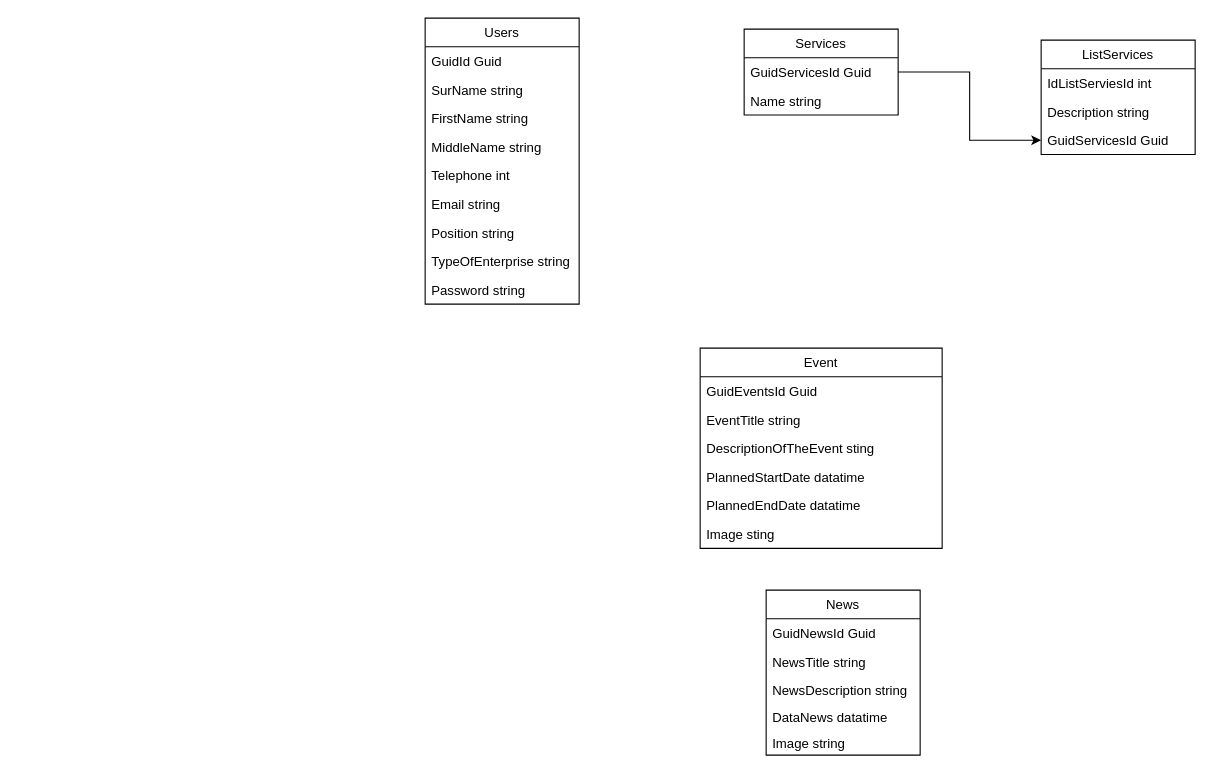
This is Required files/ExampleDatabase.drawio from OdinSoloMan/Diploma, a draw.io file, before an edit. Source tidied: cells renumbered, new cells numbered last; positions are measured from the earlier drawing's top-left corner, leaving out a move shared by most shapes. Both pictures are drawn from the tidied source at 110%, with x=0, y=0 at pixel (425, 18).
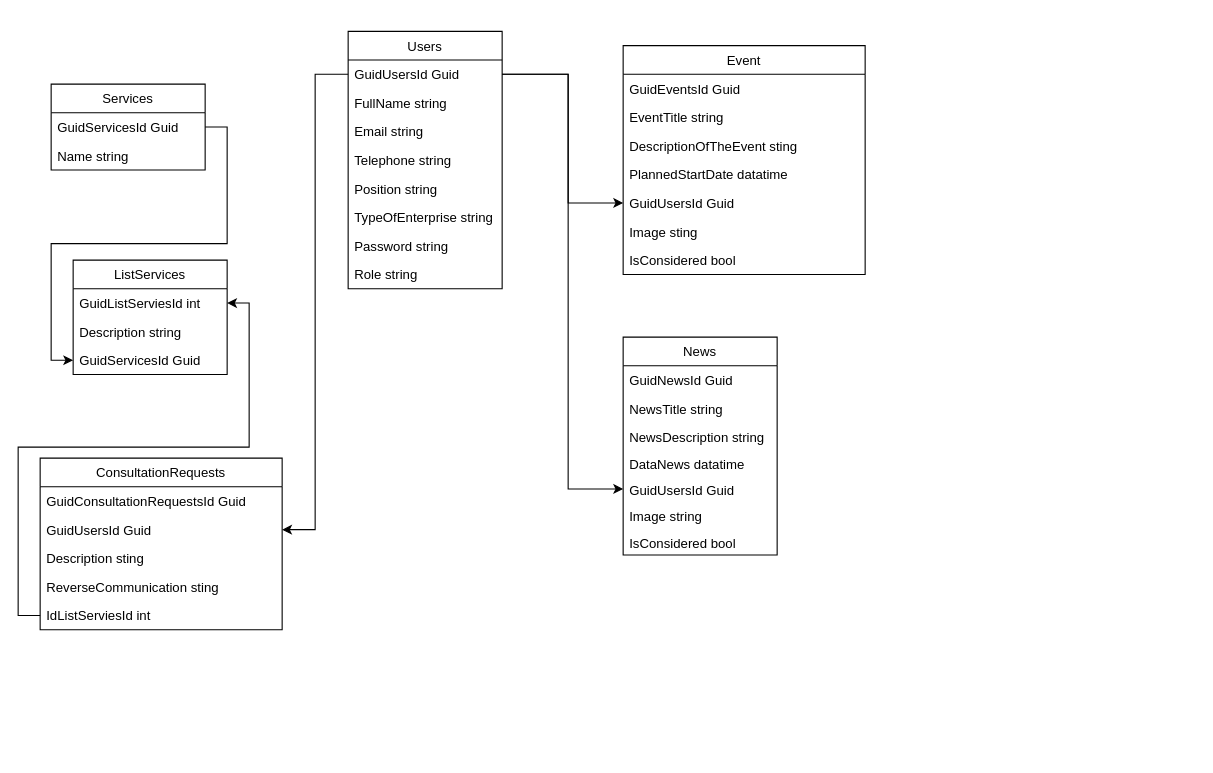
The same diagram, later.

Commit message:
Changed the database schema (Поменял схему бд)

Diff of the diagram source:
```diff
@@
     <mxCell id="2" value="Users" style="swimlane;fontStyle=0;horizontal=1;startSize=26;fillColor=none;" parent="1" vertex="1">
-      <mxGeometry width="140" height="260" as="geometry" />
+      <mxGeometry x="-70" y="12" width="140" height="234" as="geometry" />
     </mxCell>
-    <mxCell id="3" value="GuidId Guid" style="text;strokeColor=none;fillColor=none;align=left;verticalAlign=top;spacingLeft=4;spacingRight=4;overflow=hidden;" parent="2" vertex="1">
-      <mxGeometry y="26" width="140" height="26" as="geometry" />
-    </mxCell>
-    <mxCell id="4" value="SurName string&#10;" style="text;strokeColor=none;fillColor=none;align=left;verticalAlign=top;spacingLeft=4;spacingRight=4;overflow=hidden;" parent="2" vertex="1">
-      <mxGeometry y="52" width="140" height="26" as="geometry" />
-    </mxCell>
-    <mxCell id="5" value="FirstName string" style="text;strokeColor=none;fillColor=none;align=left;verticalAlign=top;spacingLeft=4;spacingRight=4;overflow=hidden;" parent="2" vertex="1">
-      <mxGeometry y="78" width="140" height="26" as="geometry" />
-    </mxCell>
-    <mxCell id="6" value="MiddleName string&#10;" style="text;strokeColor=none;fillColor=none;align=left;verticalAlign=top;spacingLeft=4;spacingRight=4;overflow=hidden;" parent="2" vertex="1">
-      <mxGeometry y="104" width="140" height="26" as="geometry" />
-    </mxCell>
-    <mxCell id="7" value="Telephone int&#10;" style="text;strokeColor=none;fillColor=none;align=left;verticalAlign=top;spacingLeft=4;spacingRight=4;overflow=hidden;" parent="2" vertex="1">
-      <mxGeometry y="130" width="140" height="26" as="geometry" />
-    </mxCell>
+    <mxCell id="33" value="GuidUsersId Guid" style="text;strokeColor=none;fillColor=none;align=left;verticalAlign=top;spacingLeft=4;spacingRight=4;overflow=hidden;points=[[0,0.5],[1,0.5]];portConstraint=eastwest;" parent="2" vertex="1">
+      <mxGeometry y="26" width="140" height="26" as="geometry" />
+    </mxCell>
+    <mxCell id="34" value="FullName string&#10;" style="text;strokeColor=none;fillColor=none;align=left;verticalAlign=top;spacingLeft=4;spacingRight=4;overflow=hidden;" parent="2" vertex="1">
+      <mxGeometry y="52" width="140" height="26" as="geometry" />
+    </mxCell>
     <mxCell id="8" value="Email string" style="text;strokeColor=none;fillColor=none;align=left;verticalAlign=top;spacingLeft=4;spacingRight=4;overflow=hidden;" parent="2" vertex="1">
-      <mxGeometry y="156" width="140" height="26" as="geometry" />
+      <mxGeometry y="78" width="140" height="26" as="geometry" />
     </mxCell>
+    <mxCell id="35" value="Telephone string" style="text;strokeColor=none;fillColor=none;align=left;verticalAlign=top;spacingLeft=4;spacingRight=4;overflow=hidden;" parent="2" vertex="1">
+      <mxGeometry y="104" width="140" height="26" as="geometry" />
+    </mxCell>
     <mxCell id="9" value="Position string" style="text;strokeColor=none;fillColor=none;align=left;verticalAlign=top;spacingLeft=4;spacingRight=4;overflow=hidden;" parent="2" vertex="1">
-      <mxGeometry y="182" width="140" height="26" as="geometry" />
+      <mxGeometry y="130" width="140" height="26" as="geometry" />
     </mxCell>
     <mxCell id="10" value="TypeOfEnterprise string" style="text;strokeColor=none;fillColor=none;align=left;verticalAlign=top;spacingLeft=4;spacingRight=4;overflow=hidden;" parent="2" vertex="1">
-      <mxGeometry y="208" width="140" height="26" as="geometry" />
+      <mxGeometry y="156" width="140" height="26" as="geometry" />
     </mxCell>
     <mxCell id="11" value="Password string" style="text;strokeColor=none;fillColor=none;align=left;verticalAlign=top;spacingLeft=4;spacingRight=4;overflow=hidden;" parent="2" vertex="1">
-      <mxGeometry y="234" width="140" height="26" as="geometry" />
+      <mxGeometry y="182" width="140" height="26" as="geometry" />
     </mxCell>
+    <mxCell id="36" value="Role string" style="text;strokeColor=none;fillColor=none;align=left;verticalAlign=top;spacingLeft=4;spacingRight=4;overflow=hidden;" parent="2" vertex="1">
+      <mxGeometry y="208" width="140" height="26" as="geometry" />
+    </mxCell>
     <mxCell id="12" value="Services" style="swimlane;fontStyle=0;horizontal=1;startSize=26;fillColor=none;" parent="1" vertex="1">
-      <mxGeometry x="290" y="10" width="140" height="78" as="geometry" />
+      <mxGeometry x="-340" y="60" width="140" height="78" as="geometry" />
     </mxCell>
@@
     <mxCell id="15" value="ListServices" style="swimlane;fontStyle=0;horizontal=1;startSize=26;fillColor=none;" parent="1" vertex="1">
-      <mxGeometry x="560" y="20" width="140" height="104" as="geometry" />
+      <mxGeometry x="-320" y="220" width="140" height="104" as="geometry" />
     </mxCell>
-    <mxCell id="16" value="IdListServiesId int" style="text;strokeColor=none;fillColor=none;align=left;verticalAlign=top;spacingLeft=4;spacingRight=4;overflow=hidden;points=[[0,0.5],[1,0.5]];portConstraint=eastwest;" parent="15" vertex="1">
-      <mxGeometry y="26" width="140" height="26" as="geometry" />
-    </mxCell>
+    <mxCell id="37" value="GuidListServiesId int" style="text;strokeColor=none;fillColor=none;align=left;verticalAlign=top;spacingLeft=4;spacingRight=4;overflow=hidden;points=[[0,0.5],[1,0.5]];portConstraint=eastwest;" parent="15" vertex="1">
+      <mxGeometry y="26" width="140" height="26" as="geometry" />
+    </mxCell>
@@
     <mxCell id="20" value="Event" style="swimlane;fontStyle=0;horizontal=1;startSize=26;fillColor=none;" parent="1" vertex="1">
-      <mxGeometry x="250" y="300" width="220" height="182" as="geometry" />
+      <mxGeometry x="180" y="25" width="220" height="208" as="geometry" />
     </mxCell>
@@
-    <mxCell id="25" value="PlannedEndDate datatime" style="text;strokeColor=none;fillColor=none;align=left;verticalAlign=top;spacingLeft=4;spacingRight=4;overflow=hidden;" parent="20" vertex="1">
-      <mxGeometry y="130" width="220" height="26" as="geometry" />
-    </mxCell>
+    <mxCell id="38" value="GuidUsersId Guid" style="text;strokeColor=none;fillColor=none;align=left;verticalAlign=top;spacingLeft=4;spacingRight=4;overflow=hidden;points=[[0,0.5],[1,0.5]];portConstraint=eastwest;" parent="20" vertex="1">
+      <mxGeometry y="130" width="220" height="26" as="geometry" />
+    </mxCell>
@@
+    <mxCell id="39" value="IsConsidered bool" style="text;strokeColor=none;fillColor=none;align=left;verticalAlign=top;spacingLeft=4;spacingRight=4;overflow=hidden;" parent="20" vertex="1">
+      <mxGeometry y="182" width="220" height="26" as="geometry" />
+    </mxCell>
     <mxCell id="27" value="News" style="swimlane;fontStyle=0;horizontal=1;startSize=26;fillColor=none;" parent="1" vertex="1">
-      <mxGeometry x="310" y="520" width="140" height="150" as="geometry" />
+      <mxGeometry x="180" y="290" width="140" height="198" as="geometry" />
     </mxCell>
@@
+    <mxCell id="40" value="GuidUsersId Guid" style="text;strokeColor=none;fillColor=none;align=left;verticalAlign=top;spacingLeft=4;spacingRight=4;overflow=hidden;points=[[0,0.5],[1,0.5]];portConstraint=eastwest;" parent="27" vertex="1">
+      <mxGeometry y="126" width="140" height="24" as="geometry" />
+    </mxCell>
     <mxCell id="32" value="Image string" style="text;strokeColor=none;fillColor=none;align=left;verticalAlign=top;spacingLeft=4;spacingRight=4;overflow=hidden;" parent="27" vertex="1">
-      <mxGeometry y="126" width="140" height="24" as="geometry" />
+      <mxGeometry y="150" width="140" height="24" as="geometry" />
     </mxCell>
+    <mxCell id="41" value="IsConsidered bool" style="text;strokeColor=none;fillColor=none;align=left;verticalAlign=top;spacingLeft=4;spacingRight=4;overflow=hidden;" parent="27" vertex="1">
+      <mxGeometry y="174" width="140" height="24" as="geometry" />
+    </mxCell>
+    <mxCell id="42" value="ConsultationRequests" style="swimlane;fontStyle=0;horizontal=1;startSize=26;fillColor=none;" parent="1" vertex="1">
+      <mxGeometry x="-350" y="400" width="220" height="156" as="geometry" />
+    </mxCell>
+    <mxCell id="43" value="GuidConsultationRequestsId Guid" style="text;strokeColor=none;fillColor=none;align=left;verticalAlign=top;spacingLeft=4;spacingRight=4;overflow=hidden;" parent="42" vertex="1">
+      <mxGeometry y="26" width="220" height="26" as="geometry" />
+    </mxCell>
+    <mxCell id="44" value="GuidUsersId Guid" style="text;strokeColor=none;fillColor=none;align=left;verticalAlign=top;spacingLeft=4;spacingRight=4;overflow=hidden;points=[[0,0.5],[1,0.5]];portConstraint=eastwest;" parent="42" vertex="1">
+      <mxGeometry y="52" width="220" height="26" as="geometry" />
+    </mxCell>
+    <mxCell id="45" value="Description sting" style="text;strokeColor=none;fillColor=none;align=left;verticalAlign=top;spacingLeft=4;spacingRight=4;overflow=hidden;" parent="42" vertex="1">
+      <mxGeometry y="78" width="220" height="26" as="geometry" />
+    </mxCell>
+    <mxCell id="46" value="ReverseCommunication sting" style="text;strokeColor=none;fillColor=none;align=left;verticalAlign=top;spacingLeft=4;spacingRight=4;overflow=hidden;" parent="42" vertex="1">
+      <mxGeometry y="104" width="220" height="26" as="geometry" />
+    </mxCell>
+    <mxCell id="16" value="IdListServiesId int" style="text;strokeColor=none;fillColor=none;align=left;verticalAlign=top;spacingLeft=4;spacingRight=4;overflow=hidden;points=[[0,0.5],[1,0.5]];portConstraint=eastwest;" parent="42" vertex="1">
+      <mxGeometry y="130" width="220" height="26" as="geometry" />
+    </mxCell>
+    <mxCell id="47" style="edgeStyle=orthogonalEdgeStyle;rounded=0;jettySize=auto;html=1;exitX=0;exitY=0.5;exitDx=0;exitDy=0;" parent="1" edge="1" source="33" target="44">
+      <mxGeometry relative="1" as="geometry" />
+    </mxCell>
+    <mxCell id="48" style="edgeStyle=orthogonalEdgeStyle;rounded=0;jettySize=auto;html=1;exitX=0;exitY=0.5;exitDx=0;exitDy=0;entryX=1;entryY=0.5;entryDx=0;entryDy=0;" parent="1" edge="1" source="16" target="37">
+      <mxGeometry relative="1" as="geometry">
+        <Array as="points">
+          <mxPoint x="-370" y="543" />
+          <mxPoint x="-370" y="390" />
+          <mxPoint x="-160" y="390" />
+          <mxPoint x="-160" y="259" />
+        </Array>
+      </mxGeometry>
+    </mxCell>
+    <mxCell id="49" style="edgeStyle=orthogonalEdgeStyle;rounded=0;jettySize=auto;html=1;exitX=1;exitY=0.5;exitDx=0;exitDy=0;" parent="1" edge="1" source="33" target="38">
+      <mxGeometry relative="1" as="geometry">
+        <Array as="points">
+          <mxPoint x="130" y="51" />
+          <mxPoint x="130" y="168" />
+        </Array>
+      </mxGeometry>
+    </mxCell>
+    <mxCell id="50" style="edgeStyle=orthogonalEdgeStyle;rounded=0;jettySize=auto;html=1;exitX=1;exitY=0.5;exitDx=0;exitDy=0;" parent="1" edge="1" source="33" target="40">
+      <mxGeometry relative="1" as="geometry">
+        <Array as="points">
+          <mxPoint x="130" y="51" />
+          <mxPoint x="130" y="428" />
+        </Array>
+      </mxGeometry>
+    </mxCell>
```
